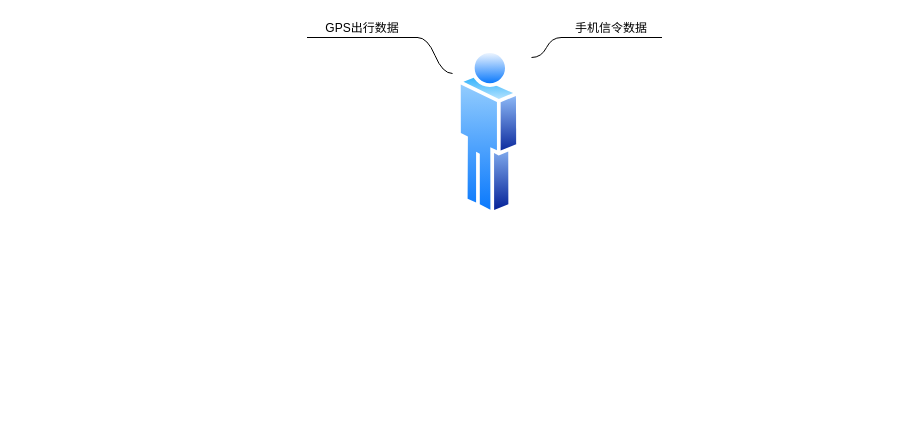
Earlier version of the draw.io diagram page "Page-3" (3 of 4) of 数据采集及整合图.drawio (renqianru/HELLO-NEW-RIKA). Source tidied: cells renumbered, new cells numbered last; positions are measured from the earlier drawing's top-left corner, leaving out a move shared by most shapes. Both pictures are drawn from the tidied source at 100%, with x=0, y=0 at pixel (307, 17).
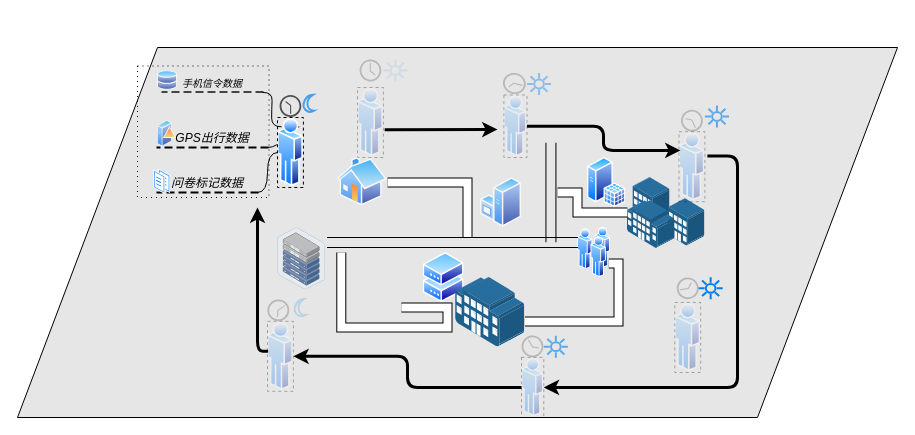
After the change.

Change to the diagram source:
```diff
@@
+    <mxCell id="7" style="shape=parallelogram;perimeter=parallelogramPerimeter;whiteSpace=wrap;html=1;fixedSize=1;size=140;fillColor=#E6E6E6;" parent="1" vertex="1">
+      <mxGeometry x="-290" y="30" width="880" height="370" as="geometry" />
+    </mxCell>
-    <mxCell id="2" style="perimeter=ellipsePerimeter;html=1;align=center;shadow=0;dashed=0;spacingTop=3;image;image=img/lib/active_directory/user.svg;" parent="1" vertex="1">
-      <mxGeometry x="150" y="30" width="62.9" height="170" as="geometry" />
+    <mxCell id="2" style="perimeter=ellipsePerimeter;html=1;align=center;shadow=0;dashed=1;spacingTop=3;image;image=img/lib/active_directory/user.svg;opacity=30;imageBorder=#000000;" parent="1" vertex="1">
+      <mxGeometry x="50" y="70" width="25.9" height="70" as="geometry" />
     </mxCell>
-    <mxCell id="3" value="手机信令数据" style="whiteSpace=wrap;html=1;shape=partialRectangle;top=0;left=0;bottom=1;right=0;points=[[0,1],[1,1]];fillColor=none;align=center;verticalAlign=bottom;routingCenterY=0.5;snapToPoint=1;newEdgeStyle={&quot;edgeStyle&quot;:&quot;entityRelationEdgeStyle&quot;,&quot;startArrow&quot;:&quot;none&quot;,&quot;endArrow&quot;:&quot;none&quot;,&quot;segment&quot;:10,&quot;curved&quot;:1};" parent="1" vertex="1">
-      <mxGeometry x="254" width="100" height="20" as="geometry" />
+    <mxCell id="3" value="手机信令数据" style="whiteSpace=wrap;html=1;shape=partialRectangle;top=0;left=0;bottom=1;right=0;points=[[0,1],[1,1]];fillColor=none;align=center;verticalAlign=bottom;routingCenterY=0.5;snapToPoint=1;newEdgeStyle={&quot;edgeStyle&quot;:&quot;entityRelationEdgeStyle&quot;,&quot;startArrow&quot;:&quot;none&quot;,&quot;endArrow&quot;:&quot;none&quot;,&quot;segment&quot;:10,&quot;curved&quot;:1};opacity=70;fontSize=10;fontStyle=2;dashed=1;strokeWidth=2;" parent="1" vertex="1" collapsed="1">
+      <mxGeometry x="-145" y="54.5" width="100" height="20" as="geometry" />
     </mxCell>
-    <mxCell id="4" style="edgeStyle=entityRelationEdgeStyle;startArrow=none;endArrow=none;segment=10;curved=1;" parent="1" edge="1" target="3">
-      <mxGeometry relative="1" as="geometry">
-        <mxPoint x="224" y="40" as="sourcePoint" />
-      </mxGeometry>
+    <mxCell id="4" style="edgeStyle=entityRelationEdgeStyle;startArrow=none;endArrow=none;segment=10;curved=1;exitX=0;exitY=0;exitDx=0;exitDy=0;" parent="1" edge="1" source="8" target="3">
+      <mxGeometry relative="1" as="geometry" />
     </mxCell>
+    <mxCell id="6" style="edgeStyle=entityRelationEdgeStyle;startArrow=none;endArrow=none;segment=10;curved=1;exitX=1;exitY=0;exitDx=0;exitDy=0;" parent="1" edge="1" source="8" target="5">
+      <mxGeometry relative="1" as="geometry" />
+    </mxCell>
+    <mxCell id="8" style="perimeter=ellipsePerimeter;html=1;align=center;shadow=0;dashed=1;spacingTop=3;image;image=img/lib/active_directory/user.svg;imageBorder=#000000;" parent="1" vertex="1">
+      <mxGeometry x="-30" y="100" width="25.9" height="70" as="geometry" />
+    </mxCell>
+    <mxCell id="9" style="perimeter=ellipsePerimeter;html=1;align=center;shadow=0;dashed=0;spacingTop=3;image;image=img/lib/active_directory/users.svg;" parent="1" vertex="1">
+      <mxGeometry x="270" y="210" width="33" height="50" as="geometry" />
+    </mxCell>
+    <mxCell id="10" style="perimeter=ellipsePerimeter;html=1;align=center;shadow=0;dashed=0;spacingTop=3;image;image=img/lib/active_directory/home.svg;opacity=70;" parent="1" vertex="1">
+      <mxGeometry x="30" y="140" width="50" height="48.5" as="geometry" />
+    </mxCell>
+    <mxCell id="11" style="perimeter=ellipsePerimeter;html=1;align=center;shadow=0;dashed=0;spacingTop=3;image;image=img/lib/active_directory/shadowed_router.svg;" parent="1" vertex="1">
+      <mxGeometry x="115.6" y="235" width="41" height="50" as="geometry" />
+    </mxCell>
+    <mxCell id="12" style="points=[];html=1;align=center;shadow=0;dashed=0;image;image=img/lib/allied_telesis/buildings/Building_Cluster.svg;" parent="1" vertex="1">
+      <mxGeometry x="319.9" y="160" width="77.5" height="71" as="geometry" />
+    </mxCell>
+    <mxCell id="13" style="perimeter=ellipsePerimeter;html=1;align=center;shadow=0;dashed=0;spacingTop=3;image;image=img/lib/active_directory/sql_server.svg;" parent="1" vertex="1">
+      <mxGeometry x="280" y="140" width="38.5" height="50" as="geometry" />
+    </mxCell>
+    <mxCell id="14" style="perimeter=ellipsePerimeter;html=1;align=center;shadow=0;dashed=0;spacingTop=3;image;image=img/lib/active_directory/windows_server.svg;opacity=70;" parent="1" vertex="1">
+      <mxGeometry x="173" y="160" width="41" height="50" as="geometry" />
+    </mxCell>
+    <mxCell id="15" style="points=[];html=1;align=center;shadow=0;dashed=0;image;image=img/lib/allied_telesis/buildings/Large_Building.svg;" parent="1" vertex="1">
+      <mxGeometry x="147.9" y="260" width="69.5" height="69.5" as="geometry" />
+    </mxCell>
+    <mxCell id="16" style="html=1;align=center;shadow=0;dashed=0;image;image=img/lib/allied_telesis/storage/Datacenter_Server_Half_Rack_ToR.svg;" parent="1" vertex="1">
+      <mxGeometry x="-30" y="210" width="48.1" height="62.5" as="geometry" />
+    </mxCell>
+    <mxCell id="17" style="shape=filledEdge;rounded=0;fixDash=1;endArrow=none;strokeWidth=10;fillColor=#ffffff;edgeStyle=orthogonalEdgeStyle;" parent="1" edge="1" target="18">
+      <mxGeometry relative="1" as="geometry">
+        <mxPoint x="80" y="165" as="sourcePoint" />
+        <Array as="points">
+          <mxPoint x="160" y="165" />
+        </Array>
+      </mxGeometry>
+    </mxCell>
+    <mxCell id="18" style="shape=partialRectangle;whiteSpace=wrap;html=1;left=0;right=0;fillColor=none;" parent="1" vertex="1">
+      <mxGeometry x="20" y="220" width="250" height="10" as="geometry" />
+    </mxCell>
+    <mxCell id="19" style="perimeter=ellipsePerimeter;html=1;align=center;shadow=0;dashed=1;spacingTop=3;image;image=img/lib/active_directory/user.svg;opacity=30;imageBorder=#000000;" parent="1" vertex="1">
+      <mxGeometry x="371.5" y="114.2" width="25.9" height="70" as="geometry" />
+    </mxCell>
+    <mxCell id="20" style="shadow=0;dashed=0;html=1;strokeColor=none;fillColor=#505050;labelPosition=center;verticalLabelPosition=bottom;verticalAlign=top;align=center;shape=mxgraph.office.concepts.clock;labelBackgroundColor=white;opacity=30;" parent="1" vertex="1">
+      <mxGeometry x="52.1" y="42" width="21.7" height="22" as="geometry" />
+    </mxCell>
+    <mxCell id="21" style="shadow=0;dashed=0;html=1;strokeColor=none;fillColor=#505050;labelPosition=center;verticalLabelPosition=bottom;verticalAlign=top;align=center;shape=mxgraph.office.concepts.clock;labelBackgroundColor=white;opacity=30;rotation=105;" parent="1" vertex="1">
+      <mxGeometry x="196.4" y="54.5" width="21" height="23" as="geometry" />
+    </mxCell>
+    <mxCell id="22" style="shape=filledEdge;rounded=0;fixDash=1;endArrow=none;strokeWidth=10;fillColor=#ffffff;edgeStyle=orthogonalEdgeStyle;" parent="1" edge="1">
+      <mxGeometry relative="1" as="geometry">
+        <mxPoint x="33.8" y="235" as="sourcePoint" />
+        <mxPoint x="93.8" y="290" as="targetPoint" />
+        <Array as="points">
+          <mxPoint x="34" y="310" />
+          <mxPoint x="140" y="310" />
+          <mxPoint x="140" y="290" />
+        </Array>
+      </mxGeometry>
+    </mxCell>
+    <mxCell id="23" style="shape=filledEdge;rounded=0;fixDash=1;endArrow=none;strokeWidth=10;fillColor=#ffffff;edgeStyle=orthogonalEdgeStyle;entryX=1;entryY=0.75;entryDx=0;entryDy=0;" parent="1" edge="1" source="15" target="9">
+      <mxGeometry relative="1" as="geometry">
+        <Array as="points">
+          <mxPoint x="311" y="304" />
+          <mxPoint x="311" y="247" />
+        </Array>
+      </mxGeometry>
+    </mxCell>
+    <mxCell id="24" style="shape=partialRectangle;whiteSpace=wrap;html=1;left=0;right=0;fillColor=none;rotation=-90;" parent="1" vertex="1">
+      <mxGeometry x="194.2" y="170" width="98.5" height="10" as="geometry" />
+    </mxCell>
+    <mxCell id="25" style="shape=filledEdge;rounded=0;fixDash=1;endArrow=none;strokeWidth=10;fillColor=#ffffff;edgeStyle=orthogonalEdgeStyle;" parent="1" edge="1" target="12">
+      <mxGeometry relative="1" as="geometry">
+        <mxPoint x="250" y="175" as="sourcePoint" />
+        <Array as="points">
+          <mxPoint x="270" y="175" />
+          <mxPoint x="270" y="195" />
+        </Array>
+      </mxGeometry>
+    </mxCell>
+    <mxCell id="26" value="问卷标记数据" style="whiteSpace=wrap;html=1;shape=partialRectangle;top=0;left=0;bottom=1;right=0;points=[[0,1],[1,1]];fillColor=none;align=center;verticalAlign=bottom;routingCenterY=0.5;snapToPoint=1;newEdgeStyle={&quot;edgeStyle&quot;:&quot;entityRelationEdgeStyle&quot;,&quot;startArrow&quot;:&quot;none&quot;,&quot;endArrow&quot;:&quot;none&quot;,&quot;segment&quot;:10,&quot;curved&quot;:1};shadow=0;dashed=1;labelBackgroundColor=none;fontStyle=2;strokeWidth=2;" parent="1" vertex="1">
+      <mxGeometry x="-150" y="155" width="100" height="20" as="geometry" />
+    </mxCell>
+    <mxCell id="27" style="edgeStyle=entityRelationEdgeStyle;startArrow=none;endArrow=none;segment=10;curved=1;" parent="1" edge="1" source="8" target="26">
+      <mxGeometry relative="1" as="geometry" />
+    </mxCell>
+    <mxCell id="28" style="perimeter=ellipsePerimeter;html=1;align=center;shadow=0;dashed=0;spacingTop=3;image;image=img/lib/active_directory/documents.svg;" parent="1" vertex="1">
+      <mxGeometry x="-153.8" y="151.4" width="17" height="25.8" as="geometry" />
+    </mxCell>
+    <mxCell id="29" style="perimeter=ellipsePerimeter;html=1;align=center;shadow=0;dashed=1;spacingTop=3;image;image=img/lib/active_directory/user.svg;opacity=30;imageBorder=#000000;" parent="1" vertex="1">
+      <mxGeometry x="-40" y="303.8" width="25.9" height="70" as="geometry" />
+    </mxCell>
+    <mxCell id="30" style="shadow=0;dashed=0;html=1;strokeColor=none;fillColor=#505050;labelPosition=center;verticalLabelPosition=bottom;verticalAlign=top;align=center;shape=mxgraph.office.concepts.clock;labelBackgroundColor=white;opacity=30;rotation=55;" parent="1" vertex="1">
+      <mxGeometry x="-40" y="281.8" width="21.7" height="22" as="geometry" />
+    </mxCell>
+    <mxCell id="31" style="perimeter=ellipsePerimeter;html=1;align=center;shadow=0;dashed=1;spacingTop=3;image;image=img/lib/active_directory/user.svg;opacity=30;imageBorder=#000000;" parent="1" vertex="1">
+      <mxGeometry x="214" y="339.9" width="22.3" height="60.1" as="geometry" />
+    </mxCell>
+    <mxCell id="32" style="shadow=0;dashed=0;html=1;strokeColor=none;fillColor=#505050;labelPosition=center;verticalLabelPosition=bottom;verticalAlign=top;align=center;shape=mxgraph.office.concepts.clock;labelBackgroundColor=white;opacity=30;rotation=-120;direction=south;" parent="1" vertex="1">
+      <mxGeometry x="214" y="318.1" width="22" height="21.7" as="geometry" />
+    </mxCell>
+    <mxCell id="33" style="shadow=0;dashed=0;html=1;strokeColor=none;fillColor=#505050;labelPosition=center;verticalLabelPosition=bottom;verticalAlign=top;align=center;shape=mxgraph.office.concepts.clock;labelBackgroundColor=white;rotation=-180;" parent="1" vertex="1">
+      <mxGeometry x="-27.9" y="77.5" width="21.7" height="22" as="geometry" />
+    </mxCell>
+    <mxCell id="34" style="perimeter=ellipsePerimeter;html=1;align=center;shadow=0;dashed=1;spacingTop=3;image;image=img/lib/active_directory/user.svg;opacity=30;imageBorder=#000000;" parent="1" vertex="1">
+      <mxGeometry x="196.4" y="77.5" width="23.1" height="62.5" as="geometry" />
+    </mxCell>
+    <mxCell id="35" style="shadow=0;dashed=0;html=1;strokeColor=none;fillColor=#505050;labelPosition=center;verticalLabelPosition=bottom;verticalAlign=top;align=center;shape=mxgraph.office.concepts.clock;labelBackgroundColor=white;opacity=30;rotation=-205;" parent="1" vertex="1">
+      <mxGeometry x="373.6" y="92.2" width="21.7" height="22" as="geometry" />
+    </mxCell>
+    <mxCell id="36" style="perimeter=ellipsePerimeter;html=1;align=center;shadow=0;dashed=0;spacingTop=3;image;image=img/lib/active_directory/databases.svg;labelBackgroundColor=white;fontSize=10;fillColor=#E6E6E6;opacity=70;" parent="1" vertex="1">
+      <mxGeometry x="-150" y="53.2" width="20" height="19.6" as="geometry" />
+    </mxCell>
-    <mxCell id="5" value="GPS出行数据" style="whiteSpace=wrap;html=1;shape=partialRectangle;top=0;left=0;bottom=1;right=0;points=[[0,1],[1,1]];fillColor=none;align=center;verticalAlign=bottom;routingCenterY=0.5;snapToPoint=1;newEdgeStyle={&quot;edgeStyle&quot;:&quot;entityRelationEdgeStyle&quot;,&quot;startArrow&quot;:&quot;none&quot;,&quot;endArrow&quot;:&quot;none&quot;,&quot;segment&quot;:10,&quot;curved&quot;:1};" parent="1" vertex="1">
-      <mxGeometry width="110" height="20" as="geometry" />
+    <mxCell id="5" value="GPS出行数据" style="whiteSpace=wrap;html=1;shape=partialRectangle;top=0;left=0;bottom=1;right=0;points=[[0,1],[1,1]];fillColor=none;align=center;verticalAlign=bottom;routingCenterY=0.5;snapToPoint=1;newEdgeStyle={&quot;edgeStyle&quot;:&quot;entityRelationEdgeStyle&quot;,&quot;startArrow&quot;:&quot;none&quot;,&quot;endArrow&quot;:&quot;none&quot;,&quot;segment&quot;:10,&quot;curved&quot;:1};fontStyle=2;dashed=1;strokeWidth=2;" parent="1" vertex="1">
+      <mxGeometry x="-150" y="110" width="110" height="20" as="geometry" />
     </mxCell>
-    <mxCell id="6" style="edgeStyle=entityRelationEdgeStyle;startArrow=none;endArrow=none;segment=10;curved=1;exitX=-0.079;exitY=0.153;exitDx=0;exitDy=0;exitPerimeter=0;" parent="1" edge="1" source="2" target="5">
-      <mxGeometry relative="1" as="geometry" />
-    </mxCell>
+    <mxCell id="37" style="perimeter=ellipsePerimeter;html=1;align=center;shadow=0;dashed=0;spacingTop=3;image;image=img/lib/active_directory/domain_controller.svg;labelBackgroundColor=none;fontSize=10;fillColor=#E6E6E6;opacity=70;fontColor=#E6E6E6;" parent="1" vertex="1">
+      <mxGeometry x="-150" y="102.6" width="19.2" height="27.4" as="geometry" />
+    </mxCell>
+    <mxCell id="38" style="edgeStyle=elbowEdgeStyle;elbow=vertical;endArrow=classic;html=1;fontSize=10;fontColor=#E6E6E6;exitX=1.049;exitY=0.604;exitDx=0;exitDy=0;exitPerimeter=0;strokeWidth=3;" parent="1" edge="1" source="2">
+      <mxGeometry relative="1" as="geometry">
+        <mxPoint x="190" y="112" as="targetPoint" />
+      </mxGeometry>
+    </mxCell>
+    <mxCell id="39" style="edgeStyle=elbowEdgeStyle;elbow=horizontal;endArrow=classic;html=1;fontSize=10;fontColor=#E6E6E6;entryX=0;entryY=0.25;entryDx=0;entryDy=0;strokeWidth=3;" parent="1" edge="1" source="34" target="19">
+      <mxGeometry relative="1" as="geometry" />
+    </mxCell>
+    <mxCell id="40" style="edgeStyle=elbowEdgeStyle;elbow=horizontal;endArrow=classic;html=1;fontSize=10;fontColor=#E6E6E6;exitX=1.097;exitY=0.347;exitDx=0;exitDy=0;strokeWidth=3;exitPerimeter=0;" parent="1" edge="1" source="19" target="31">
+      <mxGeometry relative="1" as="geometry">
+        <Array as="points">
+          <mxPoint x="430" y="270" />
+          <mxPoint x="420" y="280" />
+        </Array>
+      </mxGeometry>
+    </mxCell>
+    <mxCell id="41" style="edgeStyle=elbowEdgeStyle;elbow=horizontal;endArrow=classic;html=1;fontSize=10;fontColor=#E6E6E6;strokeWidth=3;" parent="1" edge="1" source="31" target="29">
+      <mxGeometry relative="1" as="geometry" />
+    </mxCell>
+    <mxCell id="42" style="edgeStyle=elbowEdgeStyle;elbow=horizontal;endArrow=classic;html=1;fontSize=10;fontColor=#E6E6E6;exitX=0.024;exitY=0.428;exitDx=0;exitDy=0;exitPerimeter=0;strokeWidth=3;" parent="1" edge="1" source="29">
+      <mxGeometry relative="1" as="geometry">
+        <mxPoint x="-50" y="190" as="targetPoint" />
+        <Array as="points">
+          <mxPoint x="-50" y="240" />
+          <mxPoint x="-17" y="190" />
+          <mxPoint x="-70" y="160" />
+          <mxPoint x="-90" y="230" />
+          <mxPoint x="-60" y="210" />
+          <mxPoint x="-80" y="240" />
+        </Array>
+      </mxGeometry>
+    </mxCell>
+    <mxCell id="43" style="whiteSpace=wrap;html=1;shadow=0;dashed=1;dashPattern=1 4;labelBackgroundColor=none;fontSize=20;fontColor=#E6E6E6;strokeWidth=1;fillColor=none;" parent="1" vertex="1">
+      <mxGeometry x="-170" y="48.5" width="131.5" height="131.5" as="geometry" />
+    </mxCell>
+    <mxCell id="44" style="html=1;verticalLabelPosition=bottom;align=center;labelBackgroundColor=#ffffff;verticalAlign=top;strokeWidth=2;strokeColor=#0080F0;shadow=0;dashed=0;shape=mxgraph.ios7.icons.sun;dashPattern=1 4;fontSize=20;fontColor=#E6E6E6;fillColor=none;opacity=10;" parent="1" vertex="1">
+      <mxGeometry x="75.9" y="42" width="24.1" height="22" as="geometry" />
+    </mxCell>
+    <mxCell id="45" style="html=1;verticalLabelPosition=bottom;align=center;labelBackgroundColor=#ffffff;verticalAlign=top;strokeWidth=2;strokeColor=#0080F0;shadow=0;dashed=0;shape=mxgraph.ios7.icons.sun;dashPattern=1 4;fontSize=20;fontColor=#E6E6E6;fillColor=none;opacity=40;" parent="1" vertex="1">
+      <mxGeometry x="219.5" y="55.5" width="24.1" height="22" as="geometry" />
+    </mxCell>
+    <mxCell id="46" style="html=1;verticalLabelPosition=bottom;align=center;labelBackgroundColor=#ffffff;verticalAlign=top;strokeWidth=2;strokeColor=#0080F0;shadow=0;dashed=0;shape=mxgraph.ios7.icons.sun;dashPattern=1 4;fontSize=20;fontColor=#E6E6E6;fillColor=none;opacity=60;" parent="1" vertex="1">
+      <mxGeometry x="397.4" y="88" width="24.1" height="22" as="geometry" />
+    </mxCell>
+    <mxCell id="47" style="html=1;verticalLabelPosition=bottom;align=center;labelBackgroundColor=#ffffff;verticalAlign=top;strokeWidth=2;strokeColor=#0080F0;shadow=0;dashed=0;shape=mxgraph.ios7.icons.sun;dashPattern=1 4;fontSize=20;fontColor=#E6E6E6;fillColor=none;opacity=60;" parent="1" vertex="1">
+      <mxGeometry x="236.3" y="318.2" width="24.1" height="22" as="geometry" />
+    </mxCell>
+    <mxCell id="48" style="perimeter=ellipsePerimeter;html=1;align=center;shadow=0;dashed=1;spacingTop=3;image;image=img/lib/active_directory/user.svg;opacity=30;imageBorder=#000000;" parent="1" vertex="1">
+      <mxGeometry x="367.3" y="285" width="25.9" height="70" as="geometry" />
+    </mxCell>
+    <mxCell id="49" style="shadow=0;dashed=0;html=1;strokeColor=none;fillColor=#505050;labelPosition=center;verticalLabelPosition=bottom;verticalAlign=top;align=center;shape=mxgraph.office.concepts.clock;labelBackgroundColor=white;opacity=30;rotation=-100;" parent="1" vertex="1">
+      <mxGeometry x="369.4" y="259.8" width="21.7" height="22" as="geometry" />
+    </mxCell>
+    <mxCell id="50" style="html=1;verticalLabelPosition=bottom;align=center;labelBackgroundColor=#ffffff;verticalAlign=top;strokeWidth=2;strokeColor=#0080F0;shadow=0;dashed=0;shape=mxgraph.ios7.icons.sun;dashPattern=1 4;fontSize=20;fontColor=#E6E6E6;fillColor=none;perimeterSpacing=3;" parent="1" vertex="1">
+      <mxGeometry x="391.1" y="259.8" width="24.1" height="22" as="geometry" />
+    </mxCell>
+    <mxCell id="51" style="html=1;verticalLabelPosition=bottom;align=center;labelBackgroundColor=#ffffff;verticalAlign=top;strokeWidth=2;strokeColor=#0080F0;shadow=0;dashed=0;shape=mxgraph.ios7.icons.moon;fontSize=20;fontColor=#E6E6E6;fillColor=none;opacity=70;rotation=35;" parent="1" vertex="1">
+      <mxGeometry x="-4.1" y="77.5" width="14.1" height="17.2" as="geometry" />
+    </mxCell>
+    <mxCell id="52" style="html=1;verticalLabelPosition=bottom;align=center;labelBackgroundColor=#ffffff;verticalAlign=top;strokeWidth=2;strokeColor=#0080F0;shadow=0;dashed=0;shape=mxgraph.ios7.icons.moon;fontSize=20;fontColor=#E6E6E6;fillColor=none;opacity=20;rotation=35;" parent="1" vertex="1">
+      <mxGeometry x="-13" y="281.8" width="14.1" height="17.2" as="geometry" />
+    </mxCell>
```
